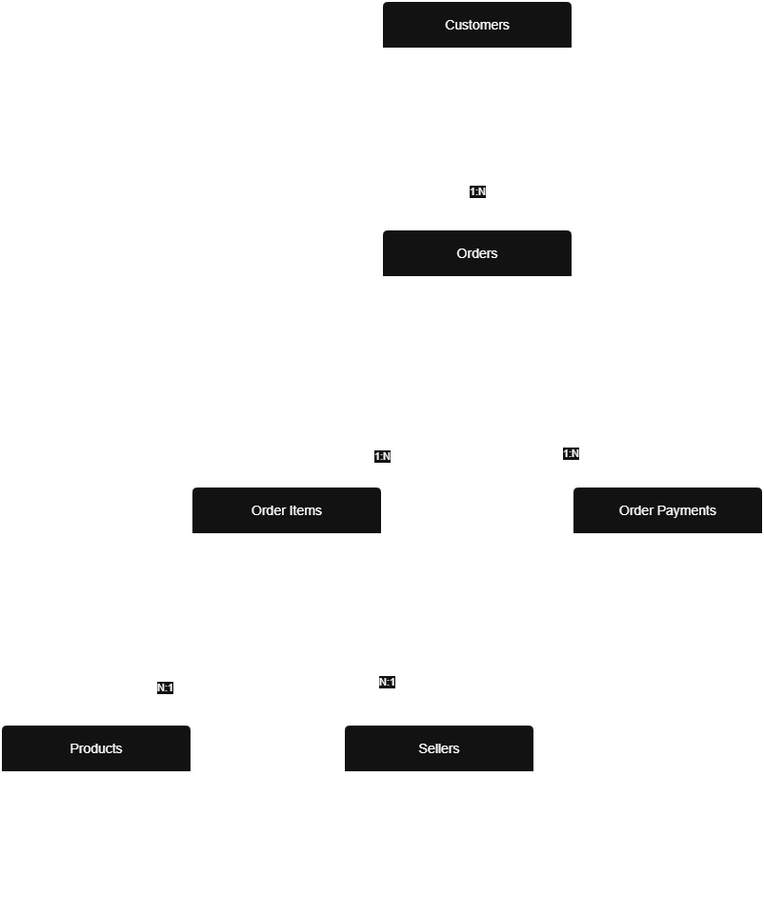
Above: docs/diagrams/logical-erd.drawio.png in neeleshksingh/Ecommerce-Sales-Analytics (draw.io), before the change. Source tidied: cells renumbered, new cells last; positions are measured from the earlier drawing's top-left corner, leaving out a move shared by most shapes.
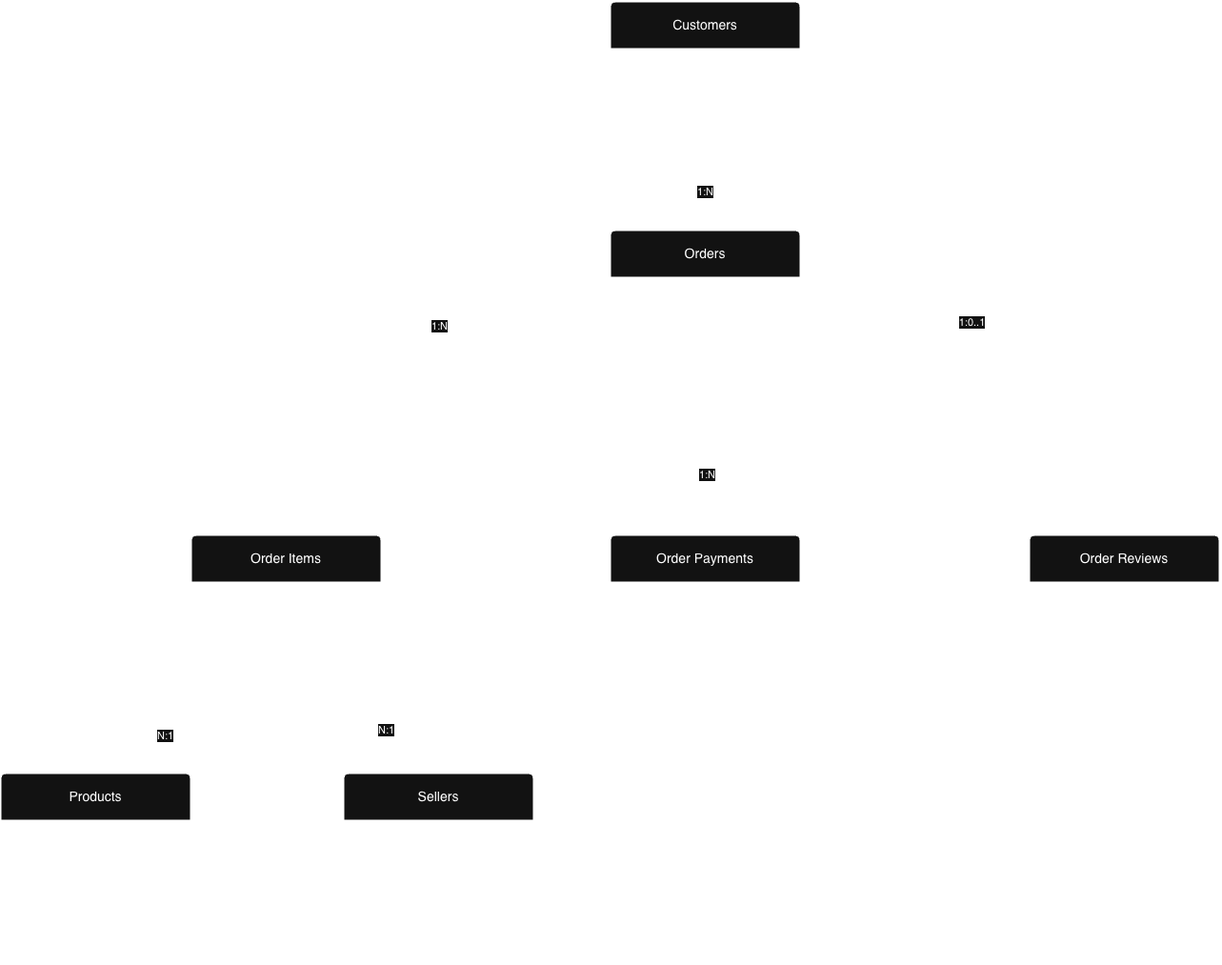
After the change.

Change to the diagram source:
```diff
@@ -24,23 +24,34 @@
     <mxCell id="7" value="PK customer_id&lt;br&gt;BK customer_unique_id&lt;div&gt;customer_zip_code_prefix&amp;nbsp;&lt;/div&gt;&lt;div&gt;customer_city&lt;br&gt;customer_state&lt;/div&gt;" style="align=left;strokeColor=none;fillColor=none;spacingLeft=4;spacingRight=4;fontSize=12;verticalAlign=top;html=1;whiteSpace=wrap;" parent="6" vertex="1">
       <mxGeometry y="50" width="200" height="110" as="geometry" />
     </mxCell>
+    <mxCell id="10" style="edgeStyle=orthogonalEdgeStyle;rounded=0;jettySize=auto;html=1;exitX=0.75;exitY=1;exitDx=0;exitDy=0;entryX=0.5;entryY=0;entryDx=0;entryDy=0;" parent="1" edge="1" source="12" target="24">
+      <mxGeometry relative="1" as="geometry">
+        <Array as="points">
+          <mxPoint x="500" y="440" />
+        </Array>
+      </mxGeometry>
+    </mxCell>
+    <mxCell id="11" value="1:N" style="edgeLabel;html=1;align=center;verticalAlign=middle;" parent="10" vertex="1">
+      <mxGeometry x="-0.26" y="1" relative="1" as="geometry">
+        <mxPoint y="43" as="offset" />
+      </mxGeometry>
+    </mxCell>
-    <mxCell id="8" style="edgeStyle=orthogonalEdgeStyle;rounded=0;jettySize=auto;html=1;entryX=0.5;entryY=0;entryDx=0;entryDy=0;" parent="1" edge="1" source="12" target="14">
-      <mxGeometry relative="1" as="geometry">
-        <Array as="points">
-          <mxPoint x="440" y="475" />
-          <mxPoint x="300" y="475" />
-        </Array>
-      </mxGeometry>
+    <mxCell id="8" style="edgeStyle=orthogonalEdgeStyle;rounded=0;jettySize=auto;html=1;exitX=0;exitY=0.5;exitDx=0;exitDy=0;entryX=0.5;entryY=0;entryDx=0;entryDy=0;" parent="1" edge="1" source="12" target="14">
+      <mxGeometry relative="1" as="geometry" />
     </mxCell>
     <mxCell id="9" value="1:N" style="edgeLabel;html=1;align=center;verticalAlign=middle;" parent="8" vertex="1">
-      <mxGeometry x="-0.28" y="2" relative="1" as="geometry" />
+      <mxGeometry x="-0.1" y="-3" relative="1" as="geometry">
+        <mxPoint x="73" y="3" as="offset" />
+      </mxGeometry>
     </mxCell>
-    <mxCell id="10" style="edgeStyle=orthogonalEdgeStyle;rounded=0;jettySize=auto;html=1;exitX=0.75;exitY=1;exitDx=0;exitDy=0;entryX=0.5;entryY=0;entryDx=0;entryDy=0;" parent="1" edge="1" source="12" target="24">
-      <mxGeometry relative="1" as="geometry" />
-    </mxCell>
-    <mxCell id="11" value="1:N" style="edgeLabel;html=1;align=center;verticalAlign=middle;" parent="10" vertex="1">
-      <mxGeometry x="-0.26" y="1" relative="1" as="geometry" />
-    </mxCell>
+    <mxCell id="26" style="edgeStyle=orthogonalEdgeStyle;rounded=0;jettySize=auto;html=1;exitX=1;exitY=0.5;exitDx=0;exitDy=0;" parent="1" edge="1" source="12" target="28">
+      <mxGeometry relative="1" as="geometry" />
+    </mxCell>
+    <mxCell id="27" value="1:0..1" style="edgeLabel;html=1;align=center;verticalAlign=middle;" parent="26" vertex="1">
+      <mxGeometry x="-0.36" y="4" relative="1" as="geometry">
+        <mxPoint x="-1" as="offset" />
+      </mxGeometry>
+    </mxCell>
     <mxCell id="12" value="Orders" style="swimlane;horizontal=1;startSize=50;rounded=1;fontSize=14;fontStyle=0;strokeWidth=2;shadow=0;dashed=0;align=center;arcSize=4;whiteSpace=wrap;html=1;" parent="1" vertex="1">
       <mxGeometry x="400" y="240" width="200" height="200" as="geometry" />
     </mxCell>
@@ -48,7 +59,7 @@
       <mxGeometry y="50" width="200" height="150" as="geometry" />
     </mxCell>
     <mxCell id="14" value="Order Items" style="swimlane;horizontal=1;startSize=50;rounded=1;fontSize=14;fontStyle=0;strokeWidth=2;shadow=0;dashed=0;align=center;arcSize=4;whiteSpace=wrap;html=1;" parent="1" vertex="1">
-      <mxGeometry x="200" y="510" width="200" height="160" as="geometry" />
+      <mxGeometry x="-40" y="560" width="200" height="160" as="geometry" />
     </mxCell>
     <mxCell id="15" value="PK order_id&lt;div&gt;PK order_item_id&lt;/div&gt;&lt;div&gt;FK product_id&amp;nbsp;&lt;div&gt;FK seller_id&amp;nbsp;&lt;/div&gt;&lt;div&gt;shipping_limit_date&lt;br&gt;price&lt;br&gt;freight_value&lt;/div&gt;&lt;/div&gt;" style="align=left;strokeColor=none;fillColor=none;spacingLeft=4;spacingRight=4;fontSize=12;verticalAlign=top;html=1;whiteSpace=wrap;" parent="14" vertex="1">
       <mxGeometry y="50" width="200" height="110" as="geometry" />
@@ -63,7 +74,7 @@
       <mxGeometry x="-0.02" y="-5" relative="1" as="geometry" />
     </mxCell>
     <mxCell id="19" value="Products" style="swimlane;horizontal=1;startSize=50;rounded=1;fontSize=14;fontStyle=0;strokeWidth=2;shadow=0;dashed=0;align=center;arcSize=4;whiteSpace=wrap;html=1;" parent="1" vertex="1">
-      <mxGeometry y="760" width="200" height="200" as="geometry" />
+      <mxGeometry x="-240" y="810" width="200" height="200" as="geometry" />
     </mxCell>
     <mxCell id="20" value="PK product_id,&lt;br&gt;FK product_category_name&lt;div&gt;&lt;div&gt;product_name_lenght&lt;/div&gt;&lt;div&gt;product_description_lenght&lt;/div&gt;&lt;div&gt;product_photos_qty&lt;/div&gt;&lt;div&gt;product_weight_g&lt;/div&gt;&lt;div&gt;product_length_cm&lt;/div&gt;&lt;div&gt;&lt;span style=&quot;background-color: transparent; color: light-dark(rgb(0, 0, 0), rgb(255, 255, 255));&quot;&gt;product_height_cm&lt;/span&gt;&lt;/div&gt;&lt;div&gt;&lt;span style=&quot;background-color: transparent; color: light-dark(rgb(0, 0, 0), rgb(255, 255, 255));&quot;&gt;product_width_cm&lt;/span&gt;&lt;/div&gt;&lt;/div&gt;" style="align=left;strokeColor=none;fillColor=none;spacingLeft=4;spacingRight=4;fontSize=12;verticalAlign=top;html=1;whiteSpace=wrap;" parent="19" vertex="1">
       <mxGeometry y="50" width="200" height="150" as="geometry" />
@@ -72,16 +83,22 @@
       <mxGeometry relative="1" as="geometry" />
     </mxCell>
     <mxCell id="22" value="Sellers" style="swimlane;horizontal=1;startSize=50;rounded=1;fontSize=14;fontStyle=0;strokeWidth=2;shadow=0;dashed=0;align=center;arcSize=4;whiteSpace=wrap;html=1;" parent="1" vertex="1">
-      <mxGeometry x="360" y="760" width="200" height="200" as="geometry" />
+      <mxGeometry x="120" y="810" width="200" height="200" as="geometry" />
     </mxCell>
     <mxCell id="23" value="PK seller_id&lt;br&gt;&lt;div&gt;&lt;div&gt;seller_zip_code_prefix&lt;/div&gt;&lt;div&gt;seller_city&lt;/div&gt;&lt;div&gt;seller_state&lt;br&gt;&lt;/div&gt;&lt;/div&gt;" style="align=left;strokeColor=none;fillColor=none;spacingLeft=4;spacingRight=4;fontSize=12;verticalAlign=top;html=1;whiteSpace=wrap;" parent="22" vertex="1">
       <mxGeometry y="50" width="200" height="150" as="geometry" />
     </mxCell>
     <mxCell id="24" value="Order Payments" style="swimlane;horizontal=1;startSize=50;rounded=1;fontSize=14;fontStyle=0;strokeWidth=2;shadow=0;dashed=0;align=center;arcSize=4;whiteSpace=wrap;html=1;" parent="1" vertex="1">
-      <mxGeometry x="600" y="510" width="200" height="160" as="geometry" />
+      <mxGeometry x="400" y="560" width="200" height="160" as="geometry" />
     </mxCell>
     <mxCell id="25" value="&lt;div&gt;PK&amp;nbsp; order_id&amp;nbsp; &amp;nbsp; &amp;nbsp; &amp;nbsp; &amp;nbsp; &amp;nbsp; &amp;nbsp; &amp;nbsp; &amp;nbsp; &amp;nbsp; &amp;nbsp;&lt;/div&gt;&lt;div&gt;PK&amp;nbsp; payment_sequential&amp;nbsp; &amp;nbsp; &amp;nbsp; &amp;nbsp; &amp;nbsp; &amp;nbsp; &amp;nbsp;&amp;nbsp;&lt;/div&gt;&lt;div&gt;FK&amp;nbsp; order_id&amp;nbsp; &amp;nbsp; &amp;nbsp; &amp;nbsp; &amp;nbsp; &amp;nbsp; &amp;nbsp; &amp;nbsp; &amp;nbsp; &amp;nbsp; &amp;nbsp; &amp;nbsp;&amp;nbsp;&lt;/div&gt;&lt;div&gt;payment_type&amp;nbsp; &amp;nbsp; &amp;nbsp; &amp;nbsp; &amp;nbsp; &amp;nbsp; &amp;nbsp; &amp;nbsp; &amp;nbsp;&amp;nbsp;&lt;/div&gt;&lt;div&gt;payment_installments&amp;nbsp; &amp;nbsp; &amp;nbsp; &amp;nbsp;&lt;/div&gt;&lt;div&gt;payment_value&lt;/div&gt;" style="align=left;strokeColor=none;fillColor=none;spacingLeft=4;spacingRight=4;fontSize=12;verticalAlign=top;html=1;whiteSpace=wrap;" parent="24" vertex="1">
       <mxGeometry y="50" width="200" height="110" as="geometry" />
     </mxCell>
+    <mxCell id="28" value="Order Reviews" style="swimlane;horizontal=1;startSize=50;rounded=1;fontSize=14;fontStyle=0;strokeWidth=2;shadow=0;dashed=0;align=center;arcSize=4;whiteSpace=wrap;html=1;" parent="1" vertex="1">
+      <mxGeometry x="840" y="560" width="200" height="160" as="geometry" />
+    </mxCell>
+    <mxCell id="29" value="&lt;div&gt;&lt;span style=&quot;background-color: transparent; color: light-dark(rgb(0, 0, 0), rgb(255, 255, 255));&quot;&gt;PK review_id&lt;/span&gt;&amp;nbsp; &amp;nbsp; &amp;nbsp; &amp;nbsp; &amp;nbsp; &amp;nbsp; &amp;nbsp; &amp;nbsp; &amp;nbsp;&lt;/div&gt;&lt;div&gt;FK order_id&amp;nbsp;&amp;nbsp; &amp;nbsp; &amp;nbsp; &amp;nbsp; &amp;nbsp; &amp;nbsp;&amp;nbsp;&lt;/div&gt;&lt;div&gt;&lt;span style=&quot;background-color: transparent; color: light-dark(rgb(0, 0, 0), rgb(255, 255, 255));&quot;&gt;review_score&lt;/span&gt;&amp;nbsp; &amp;nbsp; &amp;nbsp; &amp;nbsp; &amp;nbsp; &amp;nbsp; &amp;nbsp; &amp;nbsp; &amp;nbsp; &amp;nbsp; &amp;nbsp; &amp;nbsp;&lt;/div&gt;&lt;div&gt;review_comment_title&amp;nbsp; &amp;nbsp; &amp;nbsp; &amp;nbsp; &amp;nbsp; &amp;nbsp; &amp;nbsp; &amp;nbsp; &amp;nbsp;&amp;nbsp;&lt;/div&gt;&lt;div&gt;review_comment_message&amp;nbsp; &amp;nbsp; &amp;nbsp; &amp;nbsp;&lt;/div&gt;&lt;div&gt;review_creation_date&lt;/div&gt;&lt;div&gt;review_answer_timestamp&lt;/div&gt;" style="align=left;strokeColor=none;fillColor=none;spacingLeft=4;spacingRight=4;fontSize=12;verticalAlign=top;html=1;whiteSpace=wrap;" parent="28" vertex="1">
+      <mxGeometry y="50" width="200" height="110" as="geometry" />
+    </mxCell>
   </root>
 </mxGraphModel>
```
